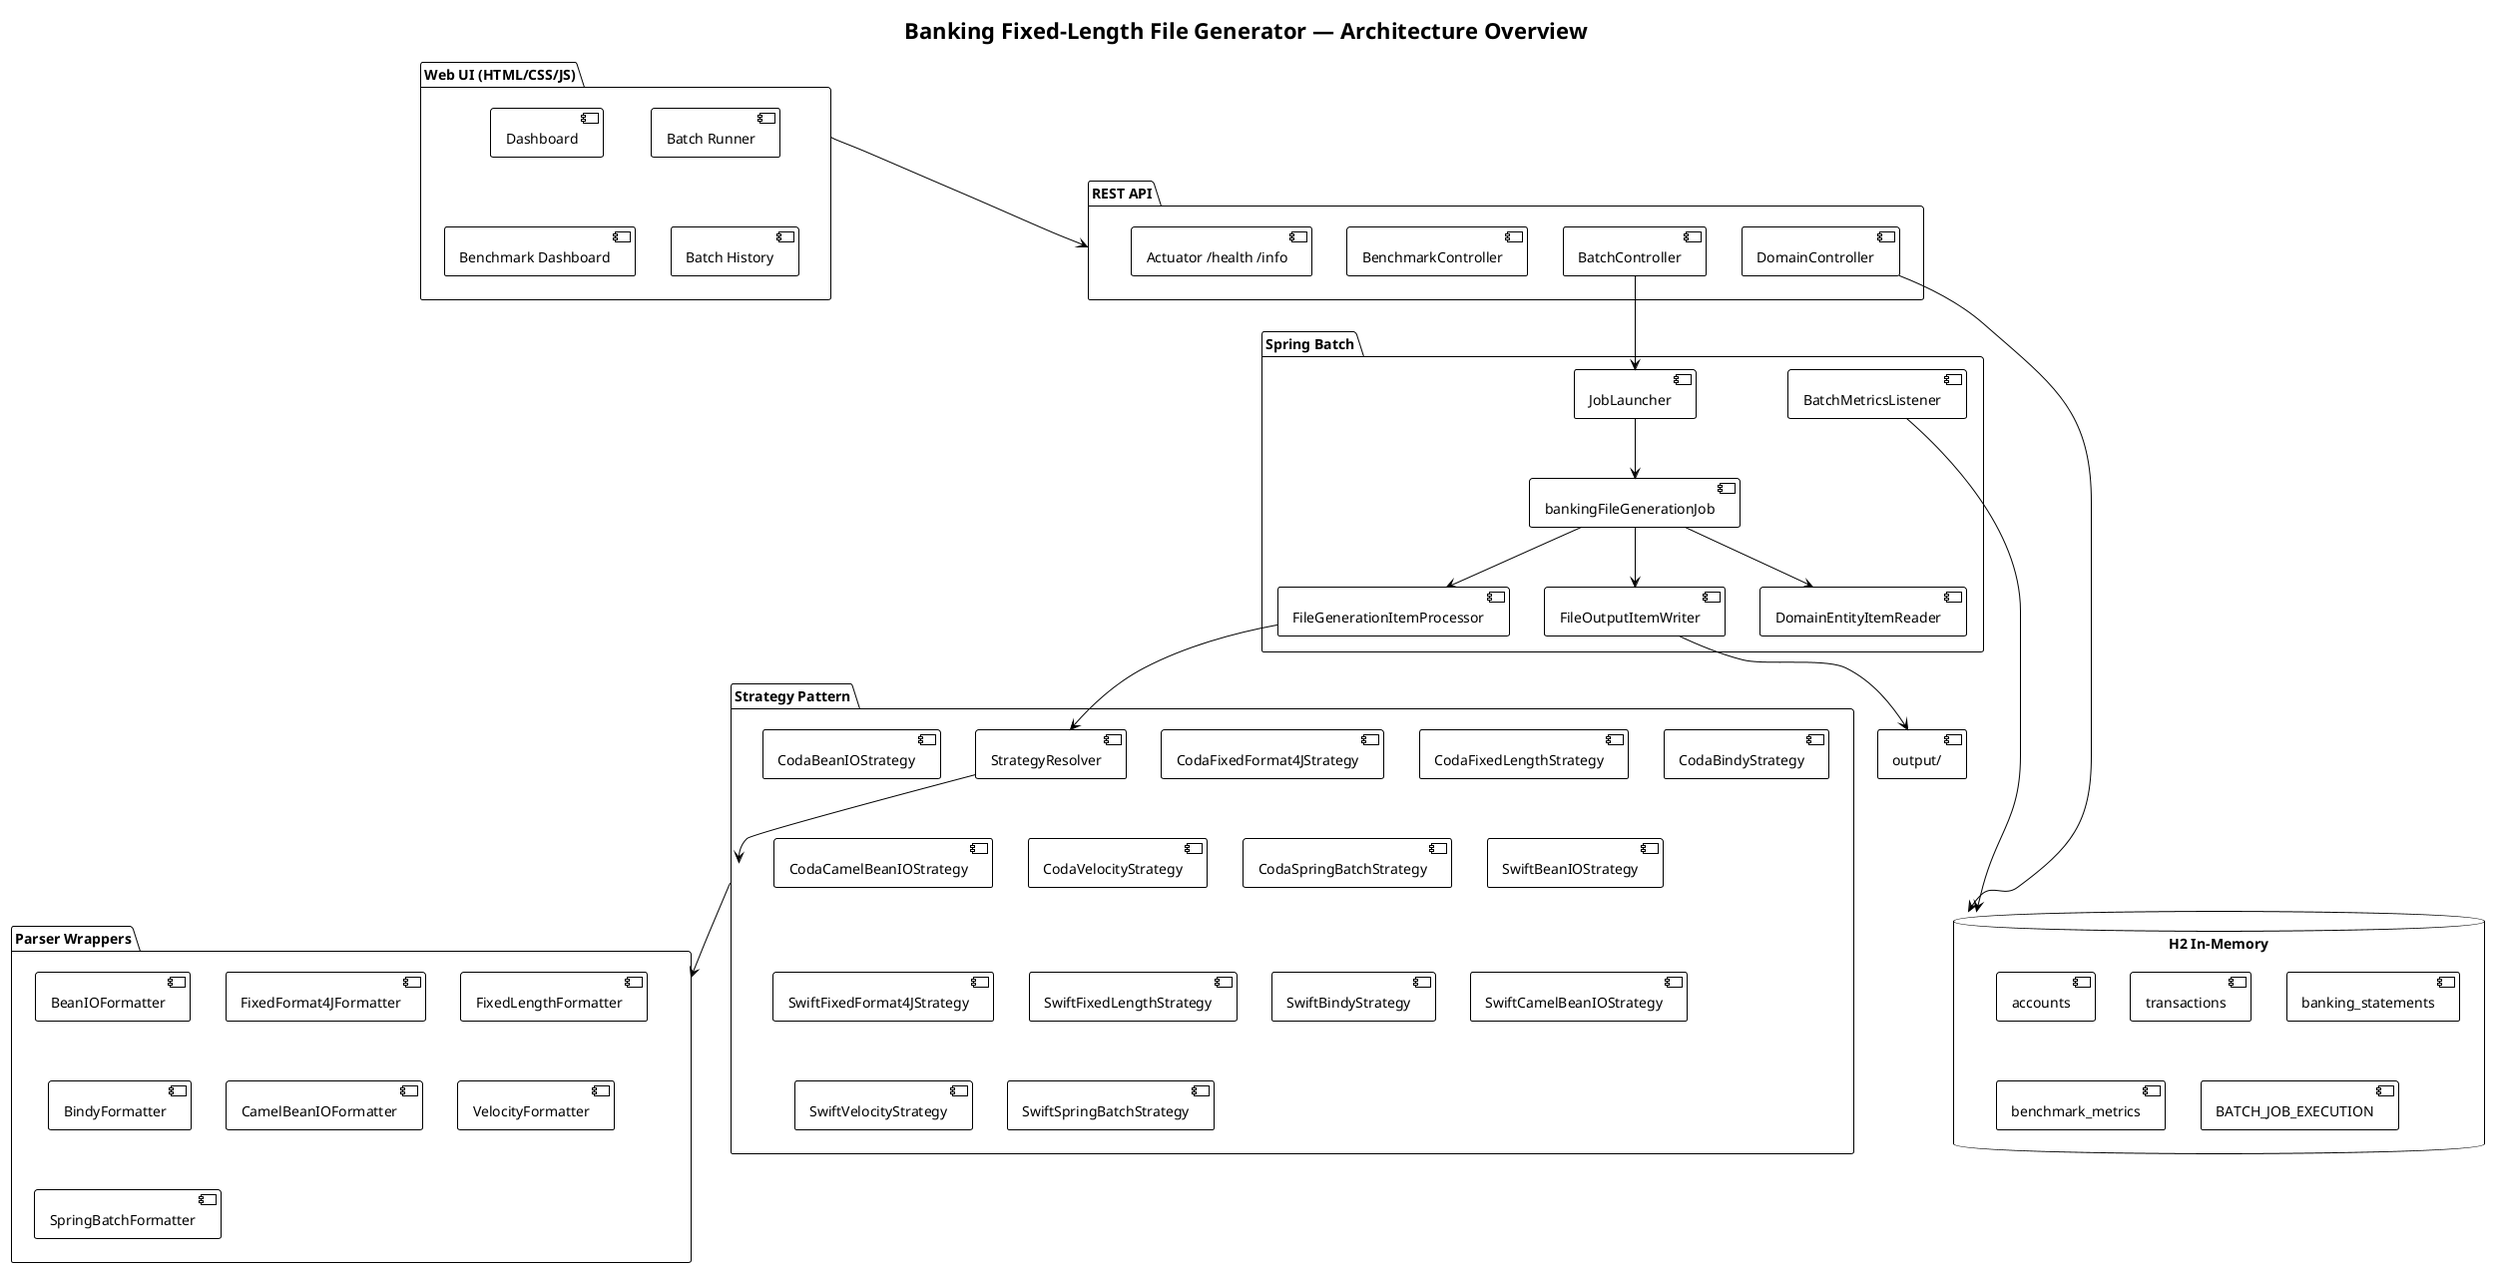
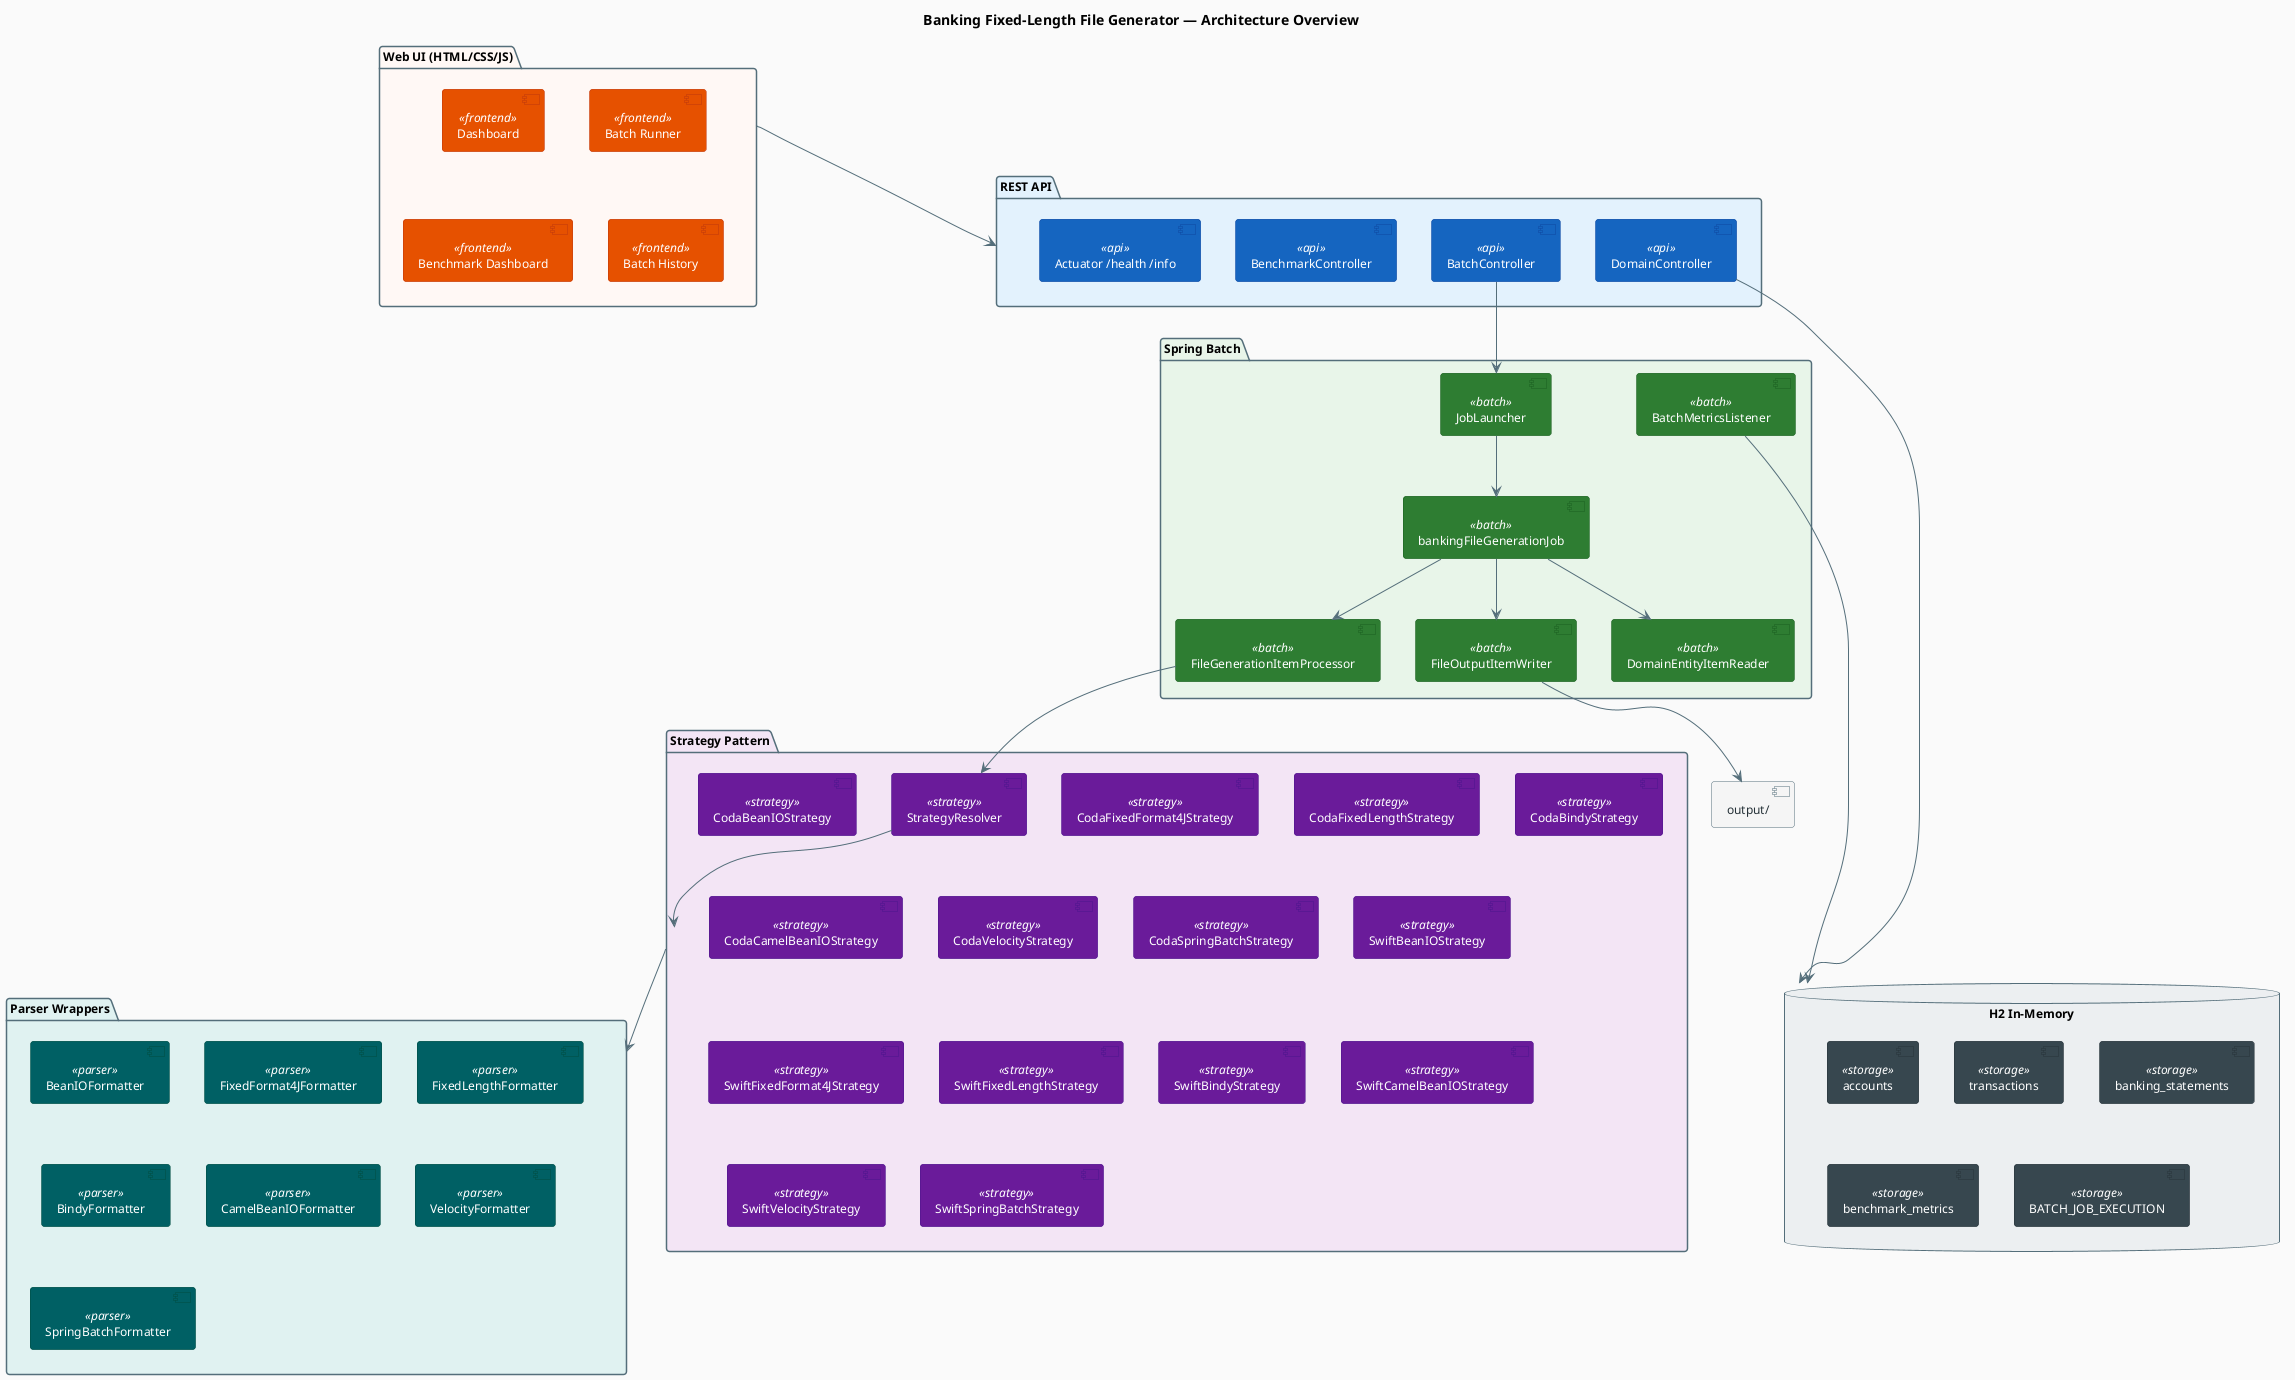
@startuml architecture-overview
- !theme plain
title Banking Fixed-Length File Generator — Architecture Overview

- package "Web UI (HTML/CSS/JS)" {
-     [Dashboard]
-     [Batch Runner]
-     [Benchmark Dashboard]
-     [Batch History]
+ skinparam backgroundColor #fafafa
+ skinparam ShadowingEnabled false
+ skinparam RoundCorner 6
+ skinparam ArrowColor #546e7a
+ skinparam defaultFontName Arial
+ skinparam defaultFontSize 12
+ 
+ skinparam component {
+     BackgroundColor #f5f5f5
+     BorderColor #546e7a
+     FontColor #263238
}

- package "REST API" {
-     [DomainController]
-     [BatchController]
-     [BenchmarkController]
-     [Actuator /health /info]
+ skinparam component<<frontend>> {
+     BackgroundColor #e65100
+     BorderColor #bf360c
+     FontColor #ffffff
}

- package "Spring Batch" {
-     [JobLauncher]
-     [bankingFileGenerationJob]
-     [DomainEntityItemReader]
-     [FileGenerationItemProcessor]
-     [FileOutputItemWriter]
-     [BatchMetricsListener]
+ skinparam component<<api>> {
+     BackgroundColor #1565c0
+     BorderColor #0d47a1
+     FontColor #ffffff
}

- package "Strategy Pattern" {
-     [StrategyResolver]
-     [CodaBeanIOStrategy]
-     [CodaFixedFormat4JStrategy]
-     [CodaFixedLengthStrategy]
-     [CodaBindyStrategy]
-     [CodaCamelBeanIOStrategy]
-     [CodaVelocityStrategy]
-     [CodaSpringBatchStrategy]
-     [SwiftBeanIOStrategy]
-     [SwiftFixedFormat4JStrategy]
-     [SwiftFixedLengthStrategy]
-     [SwiftBindyStrategy]
-     [SwiftCamelBeanIOStrategy]
-     [SwiftVelocityStrategy]
-     [SwiftSpringBatchStrategy]
+ skinparam component<<batch>> {
+     BackgroundColor #2e7d32
+     BorderColor #1b5e20
+     FontColor #ffffff
}

- package "Parser Wrappers" {
-     [BeanIOFormatter]
-     [FixedFormat4JFormatter]
-     [FixedLengthFormatter]
-     [BindyFormatter]
-     [CamelBeanIOFormatter]
-     [VelocityFormatter]
-     [SpringBatchFormatter]
+ skinparam component<<strategy>> {
+     BackgroundColor #6a1b9a
+     BorderColor #4a148c
+     FontColor #ffffff
}

- database "H2 In-Memory" {
-     [accounts]
-     [transactions]
-     [banking_statements]
-     [benchmark_metrics]
-     [BATCH_JOB_EXECUTION]
+ skinparam component<<parser>> {
+     BackgroundColor #006064
+     BorderColor #004d40
+     FontColor #ffffff
+ }
+ 
+ skinparam component<<storage>> {
+     BackgroundColor #37474f
+     BorderColor #263238
+     FontColor #ffffff
+ }
+ 
+ skinparam packageBackgroundColor #fafafa
+ skinparam packageBorderColor #546e7a
+ 
+ package "Web UI (HTML/CSS/JS)" #fff8f5 {
+     [Dashboard] <<frontend>>
+     [Batch Runner] <<frontend>>
+     [Benchmark Dashboard] <<frontend>>
+     [Batch History] <<frontend>>
+ }
+ 
+ package "REST API" #e3f2fd {
+     [DomainController] <<api>>
+     [BatchController] <<api>>
+     [BenchmarkController] <<api>>
+     [Actuator /health /info] <<api>>
+ }
+ 
+ package "Spring Batch" #e8f5e9 {
+     [JobLauncher] <<batch>>
+     [bankingFileGenerationJob] <<batch>>
+     [DomainEntityItemReader] <<batch>>
+     [FileGenerationItemProcessor] <<batch>>
+     [FileOutputItemWriter] <<batch>>
+     [BatchMetricsListener] <<batch>>
+ }
+ 
+ package "Strategy Pattern" #f3e5f5 {
+     [StrategyResolver] <<strategy>>
+     [CodaBeanIOStrategy] <<strategy>>
+     [CodaFixedFormat4JStrategy] <<strategy>>
+     [CodaFixedLengthStrategy] <<strategy>>
+     [CodaBindyStrategy] <<strategy>>
+     [CodaCamelBeanIOStrategy] <<strategy>>
+     [CodaVelocityStrategy] <<strategy>>
+     [CodaSpringBatchStrategy] <<strategy>>
+     [SwiftBeanIOStrategy] <<strategy>>
+     [SwiftFixedFormat4JStrategy] <<strategy>>
+     [SwiftFixedLengthStrategy] <<strategy>>
+     [SwiftBindyStrategy] <<strategy>>
+     [SwiftCamelBeanIOStrategy] <<strategy>>
+     [SwiftVelocityStrategy] <<strategy>>
+     [SwiftSpringBatchStrategy] <<strategy>>
+ }
+ 
+ package "Parser Wrappers" #e0f2f1 {
+     [BeanIOFormatter] <<parser>>
+     [FixedFormat4JFormatter] <<parser>>
+     [FixedLengthFormatter] <<parser>>
+     [BindyFormatter] <<parser>>
+     [CamelBeanIOFormatter] <<parser>>
+     [VelocityFormatter] <<parser>>
+     [SpringBatchFormatter] <<parser>>
+ }
+ 
+ database "H2 In-Memory" #eceff1 {
+     [accounts] <<storage>>
+     [transactions] <<storage>>
+     [banking_statements] <<storage>>
+     [benchmark_metrics] <<storage>>
+     [BATCH_JOB_EXECUTION] <<storage>>
}

[Web UI (HTML/CSS/JS)] --> [REST API]
[DomainController] --> [H2 In-Memory]
[BatchController] --> [JobLauncher]
[JobLauncher] --> [bankingFileGenerationJob]
[bankingFileGenerationJob] --> [DomainEntityItemReader]
[bankingFileGenerationJob] --> [FileGenerationItemProcessor]
[bankingFileGenerationJob] --> [FileOutputItemWriter]
[FileGenerationItemProcessor] --> [StrategyResolver]
[StrategyResolver] --> [Strategy Pattern]
[Strategy Pattern] --> [Parser Wrappers]
[BatchMetricsListener] --> [H2 In-Memory]
[FileOutputItemWriter] --> [output/]
@enduml
